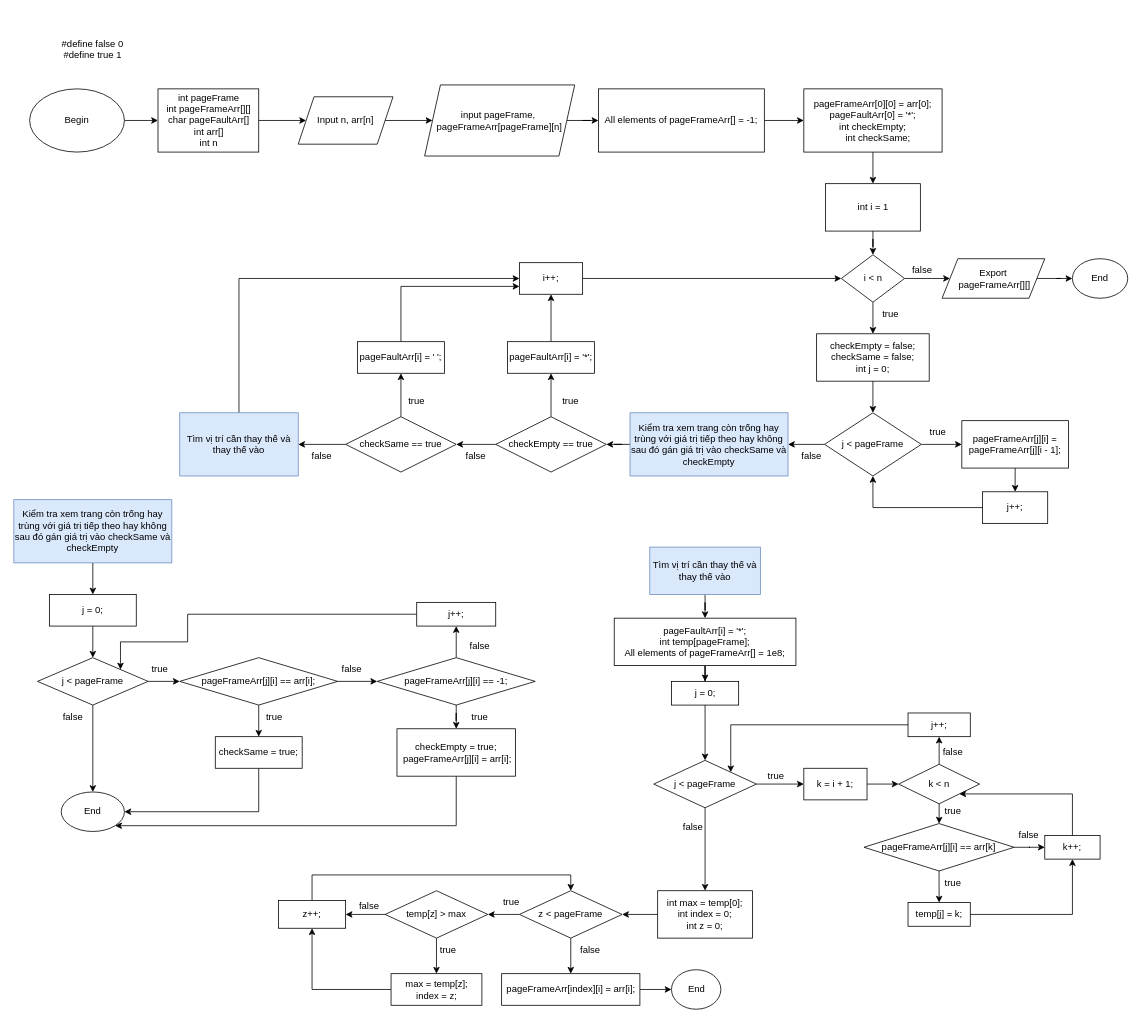
Before: flowchart/opt.drawio in trungpd0911/OS_LAB6, a draw.io diagram. Source tidied: cells renumbered, new cells numbered last; positions are measured from the earlier drawing's top-left corner, leaving out a move shared by most shapes. Both pictures are drawn from the tidied source at 79%, with x=0, y=0 at pixel (13, 13).
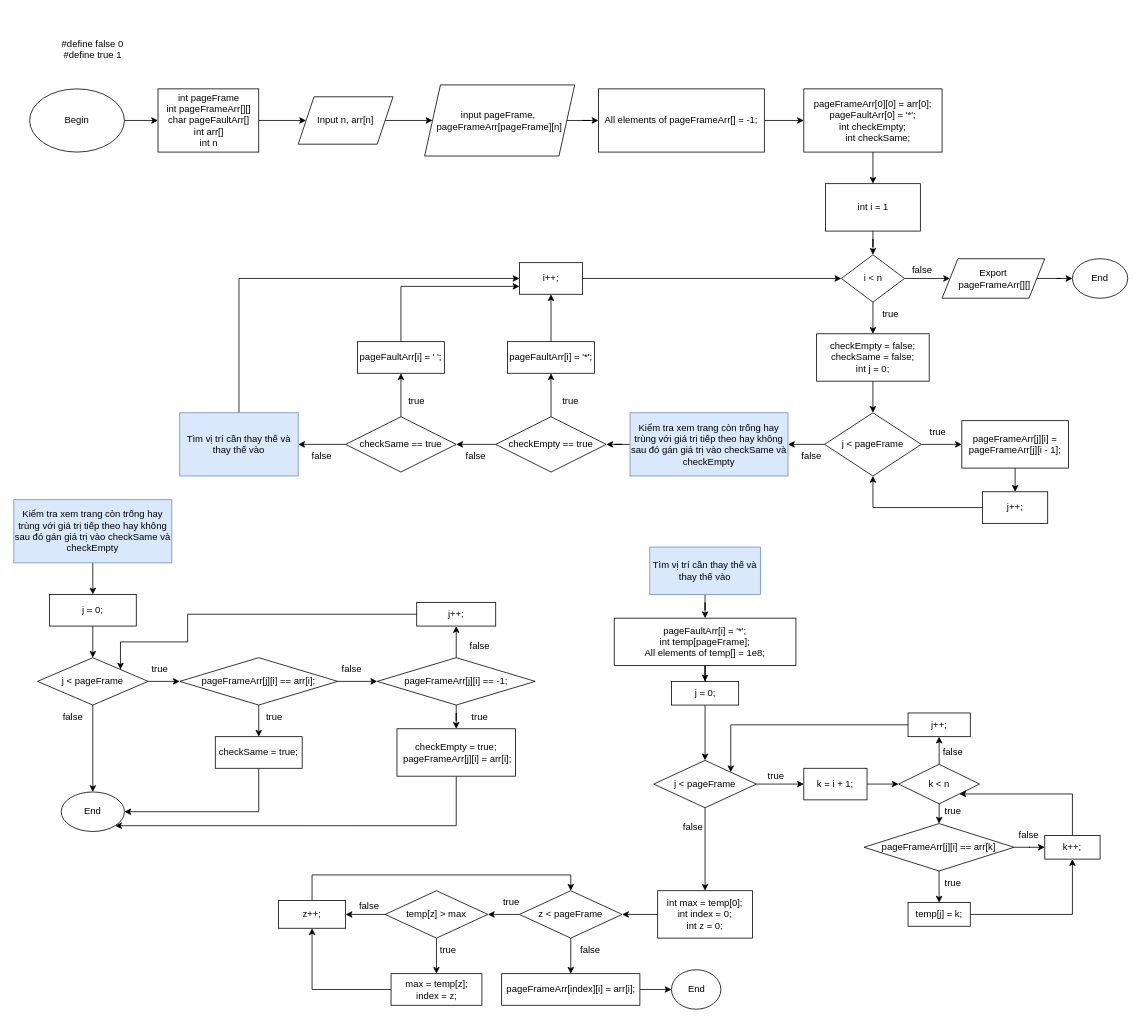
The same page after the edit.

Commit message:
fix bug flowchart OPT

Change to the diagram source:
```diff
@@
-    <mxCell id="85" value="pageFaultArr[i] = '*';&lt;br&gt;int temp[pageFrame];&lt;br&gt;All elements of pageFrameArr[] = 1e8;" style="whiteSpace=wrap;html=1;" parent="1" vertex="1">
+    <mxCell id="85" value="pageFaultArr[i] = '*';&lt;br&gt;int temp[pageFrame];&lt;br&gt;All elements of temp[] = 1e8;" style="whiteSpace=wrap;html=1;" parent="1" vertex="1">
       <mxGeometry x="760" y="765" width="230" height="60" as="geometry" />
     </mxCell>
```
